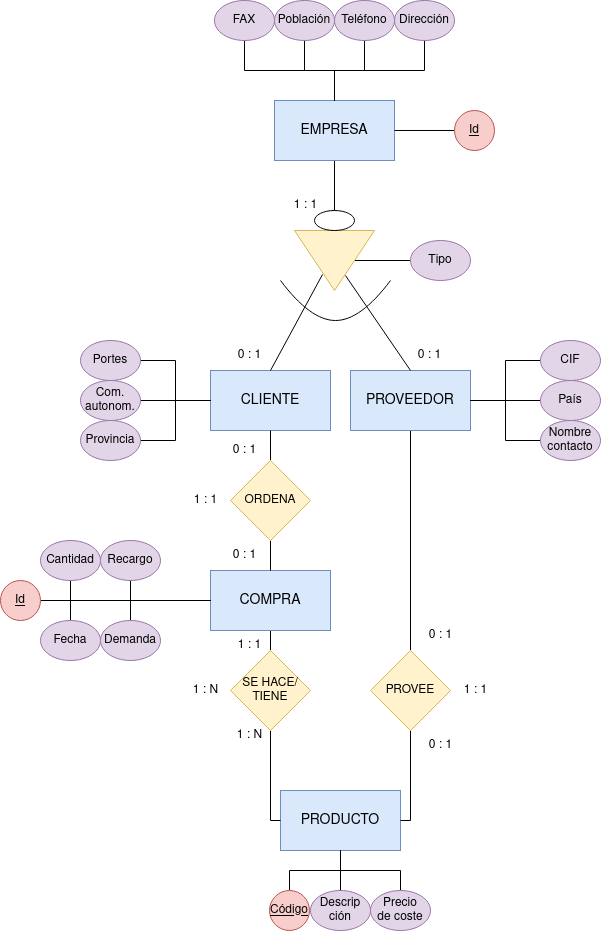
The draw.io diagram Unidad-2/Tareas-entregables/entregable-4/images/Tarea-entregable-4.png in IsaiasTolP/Base-Datos, before a commit. Source tidied: cells renumbered, new cells last; positions are measured from the earlier drawing's top-left corner, leaving out a move shared by most shapes. Source of this version:
```xml
<mxGraphModel>
  <root>
    <mxCell id="0" />
    <mxCell id="1" parent="0" />
    <mxCell id="2" style="edgeStyle=orthogonalEdgeStyle;rounded=0;jettySize=auto;html=1;endArrow=none;endFill=0;" parent="1" edge="1" source="3" target="15">
      <mxGeometry relative="1" as="geometry" />
    </mxCell>
    <mxCell id="3" value="EMPRESA" style="rounded=0;whiteSpace=wrap;html=1;fontSize=14;fillColor=#dae8fc;strokeColor=#6c8ebf;" parent="1" vertex="1">
      <mxGeometry x="274" y="100" width="120" height="60" as="geometry" />
    </mxCell>
    <mxCell id="4" style="edgeStyle=orthogonalEdgeStyle;rounded=0;jettySize=auto;html=1;endArrow=none;endFill=0;" parent="1" edge="1" source="5" target="3">
      <mxGeometry relative="1" as="geometry" />
    </mxCell>
    <mxCell id="5" value="&lt;u&gt;Id&lt;/u&gt;" style="ellipse;whiteSpace=wrap;html=1;fillColor=#f8cecc;strokeColor=#b85450;" parent="1" vertex="1">
      <mxGeometry x="454" y="110" width="40" height="40" as="geometry" />
    </mxCell>
    <mxCell id="6" style="edgeStyle=orthogonalEdgeStyle;rounded=0;jettySize=auto;html=1;exitX=0.5;exitY=1;exitDx=0;exitDy=0;entryX=0.5;entryY=0;entryDx=0;entryDy=0;endArrow=none;endFill=0;" parent="1" edge="1" source="7" target="3">
      <mxGeometry relative="1" as="geometry" />
    </mxCell>
    <mxCell id="7" value="Dirección" style="ellipse;whiteSpace=wrap;html=1;fillColor=#e1d5e7;strokeColor=#9673a6;" parent="1" vertex="1">
      <mxGeometry x="394" width="60" height="40" as="geometry" />
    </mxCell>
    <mxCell id="8" style="edgeStyle=orthogonalEdgeStyle;rounded=0;jettySize=auto;html=1;endArrow=none;endFill=0;" parent="1" edge="1" source="9" target="3">
      <mxGeometry relative="1" as="geometry" />
    </mxCell>
    <mxCell id="9" value="Teléfono" style="ellipse;whiteSpace=wrap;html=1;fillColor=#e1d5e7;strokeColor=#9673a6;" parent="1" vertex="1">
      <mxGeometry x="334" width="60" height="40" as="geometry" />
    </mxCell>
    <mxCell id="10" style="edgeStyle=orthogonalEdgeStyle;rounded=0;jettySize=auto;html=1;endArrow=none;endFill=0;" parent="1" edge="1" source="11" target="3">
      <mxGeometry relative="1" as="geometry" />
    </mxCell>
    <mxCell id="11" value="Población" style="ellipse;whiteSpace=wrap;html=1;fillColor=#e1d5e7;strokeColor=#9673a6;" parent="1" vertex="1">
      <mxGeometry x="274" width="60" height="40" as="geometry" />
    </mxCell>
    <mxCell id="12" style="edgeStyle=orthogonalEdgeStyle;rounded=0;jettySize=auto;html=1;exitX=0.5;exitY=1;exitDx=0;exitDy=0;entryX=0.5;entryY=0;entryDx=0;entryDy=0;endArrow=none;endFill=0;" parent="1" edge="1" source="13" target="3">
      <mxGeometry relative="1" as="geometry" />
    </mxCell>
    <mxCell id="13" value="FAX" style="ellipse;whiteSpace=wrap;html=1;fillColor=#e1d5e7;strokeColor=#9673a6;" parent="1" vertex="1">
      <mxGeometry x="214" width="60" height="40" as="geometry" />
    </mxCell>
    <mxCell id="14" style="edgeStyle=orthogonalEdgeStyle;rounded=0;jettySize=auto;html=1;exitX=0.5;exitY=0;exitDx=0;exitDy=0;entryX=0;entryY=0.5;entryDx=0;entryDy=0;endArrow=none;endFill=0;" parent="1" edge="1" source="15" target="16">
      <mxGeometry relative="1" as="geometry" />
    </mxCell>
    <mxCell id="15" style="triangle;whiteSpace=wrap;html=1;fillColor=#fff2cc;strokeColor=#d6b656;rotation=90;" parent="1" vertex="1">
      <mxGeometry x="304" y="220" width="60" height="80" as="geometry" />
    </mxCell>
    <mxCell id="16" value="Tipo" style="ellipse;whiteSpace=wrap;html=1;fillColor=#e1d5e7;strokeColor=#9673a6;" parent="1" vertex="1">
      <mxGeometry x="410" y="240" width="60" height="40" as="geometry" />
    </mxCell>
    <mxCell id="17" value="CLIENTE" style="rounded=0;whiteSpace=wrap;html=1;fontSize=14;fillColor=#dae8fc;strokeColor=#6c8ebf;" parent="1" vertex="1">
      <mxGeometry x="210" y="370" width="120" height="60" as="geometry" />
    </mxCell>
    <mxCell id="18" style="edgeStyle=orthogonalEdgeStyle;rounded=0;jettySize=auto;html=1;endArrow=none;endFill=0;" parent="1" edge="1" source="19" target="40">
      <mxGeometry relative="1" as="geometry" />
    </mxCell>
    <mxCell id="19" value="PROVEEDOR" style="rounded=0;whiteSpace=wrap;html=1;fontSize=14;fillColor=#dae8fc;strokeColor=#6c8ebf;" parent="1" vertex="1">
      <mxGeometry x="350" y="370" width="120" height="60" as="geometry" />
    </mxCell>
    <mxCell id="20" style="edgeStyle=orthogonalEdgeStyle;rounded=0;jettySize=auto;html=1;exitX=1;exitY=0.5;exitDx=0;exitDy=0;entryX=0;entryY=0.5;entryDx=0;entryDy=0;endArrow=none;endFill=0;" parent="1" edge="1" source="21" target="17">
      <mxGeometry relative="1" as="geometry" />
    </mxCell>
    <mxCell id="21" value="Provincia" style="ellipse;whiteSpace=wrap;html=1;fillColor=#e1d5e7;strokeColor=#9673a6;" parent="1" vertex="1">
      <mxGeometry x="80" y="420" width="60" height="40" as="geometry" />
    </mxCell>
    <mxCell id="22" style="edgeStyle=orthogonalEdgeStyle;rounded=0;jettySize=auto;html=1;exitX=1;exitY=0.5;exitDx=0;exitDy=0;entryX=0;entryY=0.5;entryDx=0;entryDy=0;endArrow=none;endFill=0;" parent="1" edge="1" source="23" target="17">
      <mxGeometry relative="1" as="geometry" />
    </mxCell>
    <mxCell id="23" value="Portes" style="ellipse;whiteSpace=wrap;html=1;fillColor=#e1d5e7;strokeColor=#9673a6;" parent="1" vertex="1">
      <mxGeometry x="80" y="340" width="60" height="40" as="geometry" />
    </mxCell>
    <mxCell id="24" style="edgeStyle=orthogonalEdgeStyle;rounded=0;jettySize=auto;html=1;endArrow=none;endFill=0;" parent="1" edge="1" source="25" target="17">
      <mxGeometry relative="1" as="geometry" />
    </mxCell>
    <mxCell id="25" value="&lt;div&gt;Com. autonom.&lt;br&gt;&lt;/div&gt;" style="ellipse;whiteSpace=wrap;html=1;fillColor=#e1d5e7;strokeColor=#9673a6;" parent="1" vertex="1">
      <mxGeometry x="80" y="380" width="60" height="40" as="geometry" />
    </mxCell>
    <mxCell id="26" style="edgeStyle=orthogonalEdgeStyle;rounded=0;jettySize=auto;html=1;exitX=0;exitY=0.5;exitDx=0;exitDy=0;entryX=1;entryY=0.5;entryDx=0;entryDy=0;endArrow=none;endFill=0;" parent="1" edge="1" source="27" target="19">
      <mxGeometry relative="1" as="geometry" />
    </mxCell>
    <mxCell id="27" value="CIF" style="ellipse;whiteSpace=wrap;html=1;fillColor=#e1d5e7;strokeColor=#9673a6;" parent="1" vertex="1">
      <mxGeometry x="540" y="340" width="60" height="40" as="geometry" />
    </mxCell>
    <mxCell id="28" style="edgeStyle=orthogonalEdgeStyle;rounded=0;jettySize=auto;html=1;endArrow=none;endFill=0;" parent="1" edge="1" source="29" target="19">
      <mxGeometry relative="1" as="geometry" />
    </mxCell>
    <mxCell id="29" value="País" style="ellipse;whiteSpace=wrap;html=1;fillColor=#e1d5e7;strokeColor=#9673a6;" parent="1" vertex="1">
      <mxGeometry x="540" y="380" width="60" height="40" as="geometry" />
    </mxCell>
    <mxCell id="30" style="edgeStyle=orthogonalEdgeStyle;rounded=0;jettySize=auto;html=1;exitX=0;exitY=0.5;exitDx=0;exitDy=0;entryX=1;entryY=0.5;entryDx=0;entryDy=0;endArrow=none;endFill=0;" parent="1" edge="1" source="31" target="19">
      <mxGeometry relative="1" as="geometry" />
    </mxCell>
    <mxCell id="31" value="Nombre contacto" style="ellipse;whiteSpace=wrap;html=1;fillColor=#e1d5e7;strokeColor=#9673a6;" parent="1" vertex="1">
      <mxGeometry x="540" y="420" width="60" height="40" as="geometry" />
    </mxCell>
    <mxCell id="32" value="PRODUCTO" style="rounded=0;whiteSpace=wrap;html=1;fontSize=14;fillColor=#dae8fc;strokeColor=#6c8ebf;" parent="1" vertex="1">
      <mxGeometry x="280" y="790" width="120" height="60" as="geometry" />
    </mxCell>
    <mxCell id="33" style="edgeStyle=orthogonalEdgeStyle;rounded=0;jettySize=auto;html=1;endArrow=none;endFill=0;" parent="1" edge="1" source="34" target="32">
      <mxGeometry relative="1" as="geometry" />
    </mxCell>
    <mxCell id="34" value="&lt;u&gt;Código&lt;/u&gt;" style="ellipse;whiteSpace=wrap;html=1;fillColor=#f8cecc;strokeColor=#b85450;" parent="1" vertex="1">
      <mxGeometry x="269" y="890" width="40" height="40" as="geometry" />
    </mxCell>
    <mxCell id="35" style="edgeStyle=orthogonalEdgeStyle;rounded=0;jettySize=auto;html=1;endArrow=none;endFill=0;" parent="1" edge="1" source="36" target="32">
      <mxGeometry relative="1" as="geometry" />
    </mxCell>
    <mxCell id="36" value="&lt;div&gt;Descrip&lt;/div&gt;&lt;div&gt;ción&lt;/div&gt;" style="ellipse;whiteSpace=wrap;html=1;fillColor=#e1d5e7;strokeColor=#9673a6;" parent="1" vertex="1">
      <mxGeometry x="310" y="890" width="60" height="40" as="geometry" />
    </mxCell>
    <mxCell id="37" style="edgeStyle=orthogonalEdgeStyle;rounded=0;jettySize=auto;html=1;endArrow=none;endFill=0;" parent="1" edge="1" source="38" target="32">
      <mxGeometry relative="1" as="geometry" />
    </mxCell>
    <mxCell id="38" value="&lt;div&gt;Precio&lt;/div&gt;&lt;div&gt;de coste&lt;br&gt;&lt;/div&gt;" style="ellipse;whiteSpace=wrap;html=1;fillColor=#e1d5e7;strokeColor=#9673a6;" parent="1" vertex="1">
      <mxGeometry x="370" y="890" width="60" height="40" as="geometry" />
    </mxCell>
    <mxCell id="39" style="edgeStyle=orthogonalEdgeStyle;rounded=0;jettySize=auto;html=1;exitX=0.5;exitY=1;exitDx=0;exitDy=0;entryX=1;entryY=0.5;entryDx=0;entryDy=0;endArrow=none;endFill=0;" parent="1" edge="1" source="40" target="32">
      <mxGeometry relative="1" as="geometry">
        <Array as="points">
          <mxPoint x="410" y="820" />
        </Array>
      </mxGeometry>
    </mxCell>
    <mxCell id="40" value="PROVEE" style="rhombus;whiteSpace=wrap;html=1;fillColor=#fff2cc;strokeColor=#d6b656;" parent="1" vertex="1">
      <mxGeometry x="370" y="650" width="80" height="80" as="geometry" />
    </mxCell>
    <mxCell id="41" value="1 : 1" style="text;html=1;align=center;verticalAlign=middle;strokeColor=none;fillColor=none;" parent="1" vertex="1">
      <mxGeometry x="450" y="675" width="50" height="30" as="geometry" />
    </mxCell>
    <mxCell id="42" style="ellipse;whiteSpace=wrap;html=1;" parent="1" vertex="1">
      <mxGeometry x="314" y="210" width="40" height="20" as="geometry" />
    </mxCell>
    <mxCell id="43" style="curved=1;endArrow=none;html=1;rounded=0;endFill=0;" parent="1" edge="1">
      <mxGeometry relative="1" as="geometry">
        <mxPoint x="280" y="280" as="sourcePoint" />
        <mxPoint x="390" y="280" as="targetPoint" />
        <Array as="points">
          <mxPoint x="310" y="320" />
          <mxPoint x="360" y="320" />
        </Array>
      </mxGeometry>
    </mxCell>
    <mxCell id="44" style="endArrow=none;html=1;rounded=0;entryX=0.75;entryY=0.363;entryDx=0;entryDy=0;entryPerimeter=0;exitX=0.5;exitY=0;exitDx=0;exitDy=0;" parent="1" edge="1" source="19" target="15">
      <mxGeometry relative="1" as="geometry" />
    </mxCell>
    <mxCell id="45" style="endArrow=none;html=1;rounded=0;entryX=0.733;entryY=0.65;entryDx=0;entryDy=0;entryPerimeter=0;exitX=0.5;exitY=0;exitDx=0;exitDy=0;" parent="1" edge="1" source="17" target="15">
      <mxGeometry relative="1" as="geometry" />
    </mxCell>
    <mxCell id="46" value="1 : 1" style="text;html=1;align=center;verticalAlign=middle;strokeColor=none;fillColor=none;" parent="1" vertex="1">
      <mxGeometry x="280" y="190" width="50" height="30" as="geometry" />
    </mxCell>
    <mxCell id="47" value="0 : 1" style="text;html=1;align=center;verticalAlign=middle;strokeColor=none;fillColor=none;" parent="1" vertex="1">
      <mxGeometry x="224" y="340" width="50" height="30" as="geometry" />
    </mxCell>
    <mxCell id="48" value="0 : 1" style="text;html=1;align=center;verticalAlign=middle;strokeColor=none;fillColor=none;" parent="1" vertex="1">
      <mxGeometry x="404" y="340" width="50" height="30" as="geometry" />
    </mxCell>
    <mxCell id="49" value="0 : 1" style="text;html=1;align=center;verticalAlign=middle;strokeColor=none;fillColor=none;" parent="1" vertex="1">
      <mxGeometry x="415" y="620" width="50" height="30" as="geometry" />
    </mxCell>
    <mxCell id="50" value="0 : 1" style="text;html=1;align=center;verticalAlign=middle;strokeColor=none;fillColor=none;" parent="1" vertex="1">
      <mxGeometry x="415" y="730" width="50" height="30" as="geometry" />
    </mxCell>
    <mxCell id="51" style="edgeStyle=orthogonalEdgeStyle;rounded=0;jettySize=auto;html=1;exitX=0.5;exitY=0;exitDx=0;exitDy=0;entryX=0;entryY=0.5;entryDx=0;entryDy=0;endArrow=none;endFill=0;" parent="1" edge="1" source="52" target="57">
      <mxGeometry relative="1" as="geometry" />
    </mxCell>
    <mxCell id="52" value="Demanda" style="ellipse;whiteSpace=wrap;html=1;fillColor=#e1d5e7;strokeColor=#9673a6;" parent="1" vertex="1">
      <mxGeometry x="100" y="620" width="60" height="40" as="geometry" />
    </mxCell>
    <mxCell id="53" style="edgeStyle=orthogonalEdgeStyle;rounded=0;jettySize=auto;html=1;exitX=0.5;exitY=1;exitDx=0;exitDy=0;entryX=0;entryY=0.5;entryDx=0;entryDy=0;endArrow=none;endFill=0;" parent="1" edge="1" source="54" target="57">
      <mxGeometry relative="1" as="geometry" />
    </mxCell>
    <mxCell id="54" value="Recargo" style="ellipse;whiteSpace=wrap;html=1;fillColor=#e1d5e7;strokeColor=#9673a6;" parent="1" vertex="1">
      <mxGeometry x="100" y="540" width="60" height="40" as="geometry" />
    </mxCell>
    <mxCell id="55" style="edgeStyle=orthogonalEdgeStyle;rounded=0;jettySize=auto;html=1;exitX=0.5;exitY=0;exitDx=0;exitDy=0;entryX=0.5;entryY=1;entryDx=0;entryDy=0;endArrow=none;endFill=0;" parent="1" edge="1" source="59" target="17">
      <mxGeometry relative="1" as="geometry" />
    </mxCell>
    <mxCell id="56" style="edgeStyle=orthogonalEdgeStyle;rounded=0;jettySize=auto;html=1;exitX=0.5;exitY=1;exitDx=0;exitDy=0;entryX=0.5;entryY=0;entryDx=0;entryDy=0;endArrow=none;endFill=0;" parent="1" edge="1" source="57" target="61">
      <mxGeometry relative="1" as="geometry" />
    </mxCell>
    <mxCell id="57" value="COMPRA" style="rounded=0;whiteSpace=wrap;html=1;fontSize=14;fillColor=#dae8fc;strokeColor=#6c8ebf;" parent="1" vertex="1">
      <mxGeometry x="210" y="570" width="120" height="60" as="geometry" />
    </mxCell>
    <mxCell id="58" style="edgeStyle=orthogonalEdgeStyle;rounded=0;jettySize=auto;html=1;exitX=0.5;exitY=0;exitDx=0;exitDy=0;entryX=0.5;entryY=1;entryDx=0;entryDy=0;endArrow=none;endFill=0;" parent="1" edge="1" source="57" target="59">
      <mxGeometry relative="1" as="geometry" />
    </mxCell>
    <mxCell id="59" value="ORDENA" style="rhombus;whiteSpace=wrap;html=1;fillColor=#fff2cc;strokeColor=#d6b656;" parent="1" vertex="1">
      <mxGeometry x="230" y="460" width="80" height="80" as="geometry" />
    </mxCell>
    <mxCell id="60" style="edgeStyle=orthogonalEdgeStyle;rounded=0;jettySize=auto;html=1;exitX=0.5;exitY=1;exitDx=0;exitDy=0;entryX=0;entryY=0.5;entryDx=0;entryDy=0;endArrow=none;endFill=0;" parent="1" edge="1" source="61" target="32">
      <mxGeometry relative="1" as="geometry">
        <Array as="points">
          <mxPoint x="270" y="820" />
        </Array>
      </mxGeometry>
    </mxCell>
    <mxCell id="61" value="&lt;div&gt;SE HACE/&lt;/div&gt;&lt;div&gt;TIENE&lt;br&gt;&lt;/div&gt;" style="rhombus;whiteSpace=wrap;html=1;fillColor=#fff2cc;strokeColor=#d6b656;" parent="1" vertex="1">
      <mxGeometry x="230" y="650" width="80" height="80" as="geometry" />
    </mxCell>
    <mxCell id="62" value="0 : 1" style="text;html=1;align=center;verticalAlign=middle;strokeColor=none;fillColor=none;" parent="1" vertex="1">
      <mxGeometry x="219" y="540" width="50" height="30" as="geometry" />
    </mxCell>
    <mxCell id="63" value="0 : 1" style="text;html=1;align=center;verticalAlign=middle;strokeColor=none;fillColor=none;" parent="1" vertex="1">
      <mxGeometry x="219" y="435" width="50" height="30" as="geometry" />
    </mxCell>
    <mxCell id="64" value="1 : 1" style="text;html=1;align=center;verticalAlign=middle;strokeColor=none;fillColor=none;" parent="1" vertex="1">
      <mxGeometry x="180" y="485" width="50" height="30" as="geometry" />
    </mxCell>
    <mxCell id="65" style="edgeStyle=orthogonalEdgeStyle;rounded=0;jettySize=auto;html=1;exitX=0.5;exitY=1;exitDx=0;exitDy=0;entryX=0;entryY=0.5;entryDx=0;entryDy=0;endArrow=none;endFill=0;" parent="1" edge="1" source="66" target="57">
      <mxGeometry relative="1" as="geometry" />
    </mxCell>
    <mxCell id="66" value="Cantidad" style="ellipse;whiteSpace=wrap;html=1;fillColor=#e1d5e7;strokeColor=#9673a6;" parent="1" vertex="1">
      <mxGeometry x="40" y="540" width="60" height="40" as="geometry" />
    </mxCell>
    <mxCell id="67" style="edgeStyle=orthogonalEdgeStyle;rounded=0;jettySize=auto;html=1;exitX=0.5;exitY=0;exitDx=0;exitDy=0;entryX=0;entryY=0.5;entryDx=0;entryDy=0;endArrow=none;endFill=0;" parent="1" edge="1" source="68" target="57">
      <mxGeometry relative="1" as="geometry" />
    </mxCell>
    <mxCell id="68" value="Fecha" style="ellipse;whiteSpace=wrap;html=1;fillColor=#e1d5e7;strokeColor=#9673a6;" parent="1" vertex="1">
      <mxGeometry x="40" y="620" width="60" height="40" as="geometry" />
    </mxCell>
    <mxCell id="69" value="1 : N" style="text;html=1;align=center;verticalAlign=middle;strokeColor=none;fillColor=none;" parent="1" vertex="1">
      <mxGeometry x="224" y="720" width="50" height="30" as="geometry" />
    </mxCell>
    <mxCell id="70" value="1 : 1" style="text;html=1;align=center;verticalAlign=middle;strokeColor=none;fillColor=none;" parent="1" vertex="1">
      <mxGeometry x="224" y="630" width="50" height="30" as="geometry" />
    </mxCell>
    <mxCell id="71" value="1 : N" style="text;html=1;align=center;verticalAlign=middle;strokeColor=none;fillColor=none;" parent="1" vertex="1">
      <mxGeometry x="180" y="675" width="50" height="30" as="geometry" />
    </mxCell>
    <mxCell id="72" style="edgeStyle=orthogonalEdgeStyle;rounded=0;jettySize=auto;html=1;exitX=1;exitY=0.5;exitDx=0;exitDy=0;entryX=0;entryY=0.5;entryDx=0;entryDy=0;endArrow=none;endFill=0;" parent="1" edge="1" source="73" target="57">
      <mxGeometry relative="1" as="geometry" />
    </mxCell>
    <mxCell id="73" value="&lt;u&gt;Id&lt;/u&gt;" style="ellipse;whiteSpace=wrap;html=1;fillColor=#f8cecc;strokeColor=#b85450;" parent="1" vertex="1">
      <mxGeometry y="580" width="40" height="40" as="geometry" />
    </mxCell>
  </root>
</mxGraphModel>
```
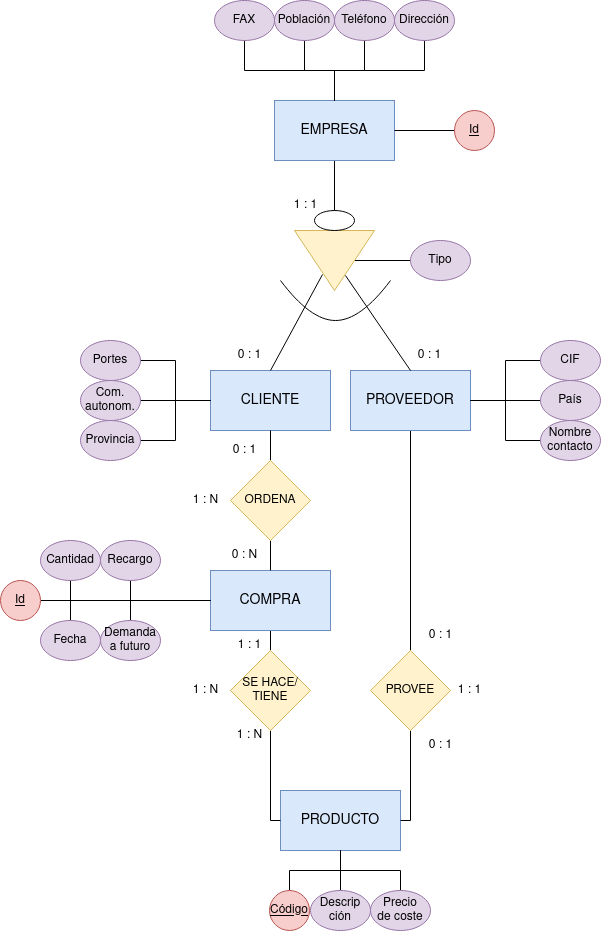
Later version of the same file.

What changed in the source:
```diff
@@ -124,7 +124,7 @@
       <mxGeometry x="370" y="650" width="80" height="80" as="geometry" />
     </mxCell>
     <mxCell id="41" value="1 : 1" style="text;html=1;align=center;verticalAlign=middle;strokeColor=none;fillColor=none;" parent="1" vertex="1">
-      <mxGeometry x="450" y="675" width="50" height="30" as="geometry" />
+      <mxGeometry x="444" y="675" width="50" height="30" as="geometry" />
     </mxCell>
     <mxCell id="42" style="ellipse;whiteSpace=wrap;html=1;" parent="1" vertex="1">
       <mxGeometry x="314" y="210" width="40" height="20" as="geometry" />
@@ -163,7 +163,7 @@
     <mxCell id="51" style="edgeStyle=orthogonalEdgeStyle;rounded=0;jettySize=auto;html=1;exitX=0.5;exitY=0;exitDx=0;exitDy=0;entryX=0;entryY=0.5;entryDx=0;entryDy=0;endArrow=none;endFill=0;" parent="1" edge="1" source="52" target="57">
       <mxGeometry relative="1" as="geometry" />
     </mxCell>
-    <mxCell id="52" value="Demanda" style="ellipse;whiteSpace=wrap;html=1;fillColor=#e1d5e7;strokeColor=#9673a6;" parent="1" vertex="1">
+    <mxCell id="52" value="Demanda a futuro" style="ellipse;whiteSpace=wrap;html=1;fillColor=#e1d5e7;strokeColor=#9673a6;" parent="1" vertex="1">
       <mxGeometry x="100" y="620" width="60" height="40" as="geometry" />
     </mxCell>
     <mxCell id="53" style="edgeStyle=orthogonalEdgeStyle;rounded=0;jettySize=auto;html=1;exitX=0.5;exitY=1;exitDx=0;exitDy=0;entryX=0;entryY=0.5;entryDx=0;entryDy=0;endArrow=none;endFill=0;" parent="1" edge="1" source="54" target="57">
@@ -197,13 +197,13 @@
     <mxCell id="61" value="&lt;div&gt;SE HACE/&lt;/div&gt;&lt;div&gt;TIENE&lt;br&gt;&lt;/div&gt;" style="rhombus;whiteSpace=wrap;html=1;fillColor=#fff2cc;strokeColor=#d6b656;" parent="1" vertex="1">
       <mxGeometry x="230" y="650" width="80" height="80" as="geometry" />
     </mxCell>
-    <mxCell id="62" value="0 : 1" style="text;html=1;align=center;verticalAlign=middle;strokeColor=none;fillColor=none;" parent="1" vertex="1">
+    <mxCell id="62" value="0 : N" style="text;html=1;align=center;verticalAlign=middle;strokeColor=none;fillColor=none;" parent="1" vertex="1">
       <mxGeometry x="219" y="540" width="50" height="30" as="geometry" />
     </mxCell>
     <mxCell id="63" value="0 : 1" style="text;html=1;align=center;verticalAlign=middle;strokeColor=none;fillColor=none;" parent="1" vertex="1">
       <mxGeometry x="219" y="435" width="50" height="30" as="geometry" />
     </mxCell>
-    <mxCell id="64" value="1 : 1" style="text;html=1;align=center;verticalAlign=middle;strokeColor=none;fillColor=none;" parent="1" vertex="1">
+    <mxCell id="64" value="1 : N" style="text;html=1;align=center;verticalAlign=middle;strokeColor=none;fillColor=none;" parent="1" vertex="1">
       <mxGeometry x="180" y="485" width="50" height="30" as="geometry" />
     </mxCell>
     <mxCell id="65" style="edgeStyle=orthogonalEdgeStyle;rounded=0;jettySize=auto;html=1;exitX=0.5;exitY=1;exitDx=0;exitDy=0;entryX=0;entryY=0.5;entryDx=0;entryDy=0;endArrow=none;endFill=0;" parent="1" edge="1" source="66" target="57">
```
